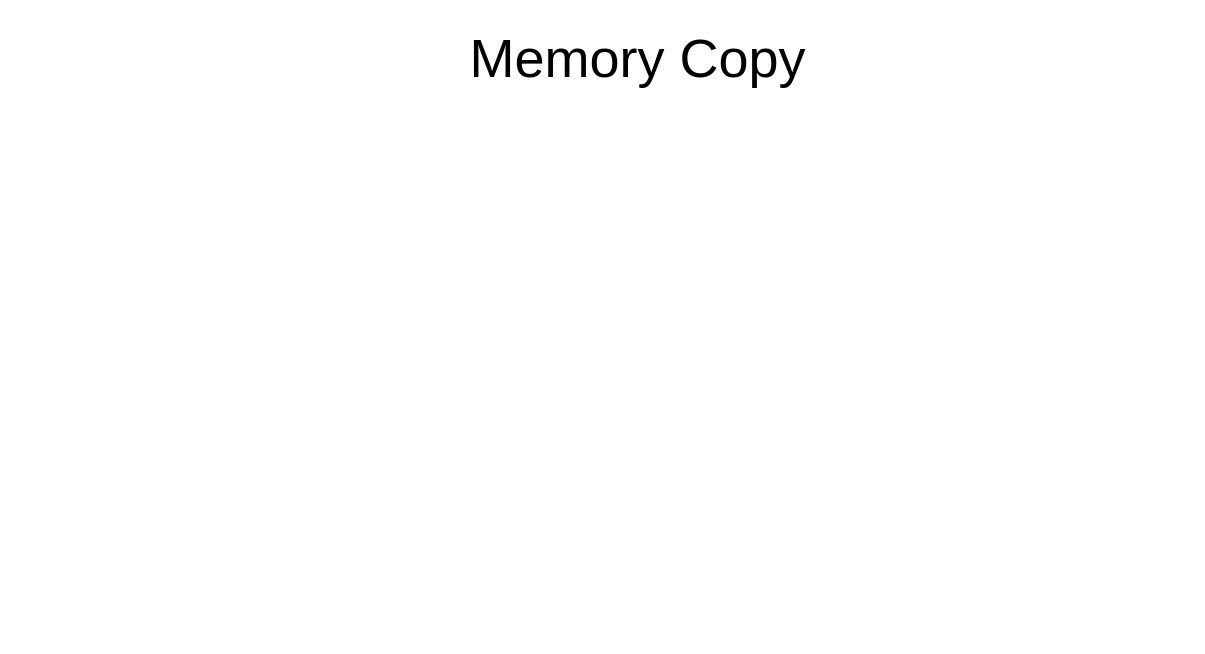
This is mid-report/motivation.memory-copy.drawio from xuyizhe1999/drawio, a draw.io file, before an edit. Source tidied: cells renumbered, new cells numbered last; positions are measured from the earlier drawing's top-left corner, leaving out a move shared by most shapes. Both pictures are drawn from the tidied source at 150%, with x=0, y=0 at pixel (398, 27).
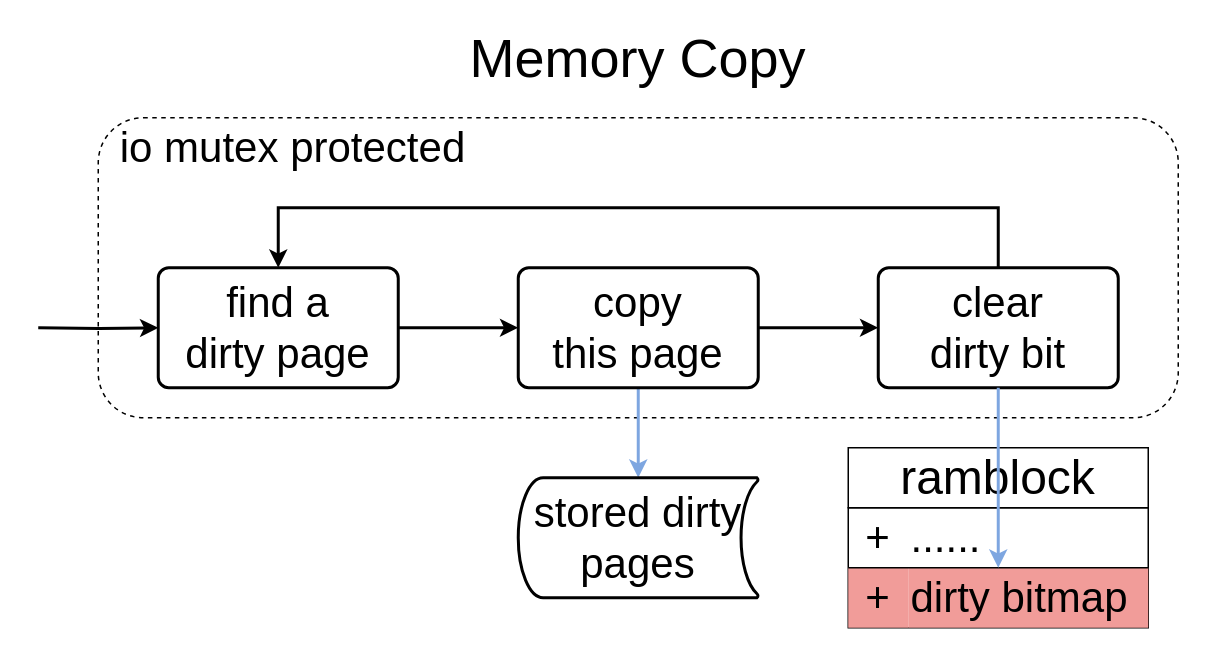
The same page after the edit.

The edit, as a diff of the source:
```diff
@@
+    <mxCell id="3" style="rounded=1;whiteSpace=wrap;html=1;fillColor=none;dashed=1;" parent="1" vertex="1">
+      <mxGeometry x="-200" y="60" width="720" height="200" as="geometry" />
+    </mxCell>
+    <mxCell id="4" value="&lt;font style=&quot;font-size: 28px;&quot;&gt;io mutex protected&lt;/font&gt;" style="text;html=1;strokeColor=none;fillColor=none;align=center;verticalAlign=middle;whiteSpace=wrap;rounded=0;" parent="1" vertex="1">
+      <mxGeometry x="-200" y="60" width="260" height="40" as="geometry" />
+    </mxCell>
+    <mxCell id="5" style="edgeStyle=orthogonalEdgeStyle;rounded=0;jettySize=auto;html=1;exitX=1;exitY=0.5;exitDx=0;exitDy=0;entryX=0;entryY=0.5;entryDx=0;entryDy=0;strokeWidth=2;" parent="1" edge="1" source="6" target="9">
+      <mxGeometry relative="1" as="geometry" />
+    </mxCell>
+    <mxCell id="6" value="&lt;font style=&quot;font-size: 28px;&quot;&gt;find a&lt;br style=&quot;border-color: var(--border-color);&quot;&gt;dirty page&lt;/font&gt;" style="rounded=1;whiteSpace=wrap;html=1;absoluteArcSize=1;arcSize=14;strokeWidth=2;" parent="1" vertex="1">
+      <mxGeometry x="-160" y="160" width="160" height="80" as="geometry" />
+    </mxCell>
+    <mxCell id="7" style="edgeStyle=orthogonalEdgeStyle;rounded=0;jettySize=auto;html=1;exitX=1;exitY=0.5;exitDx=0;exitDy=0;entryX=0;entryY=0.5;entryDx=0;entryDy=0;strokeWidth=2;" parent="1" edge="1" source="9" target="11">
+      <mxGeometry relative="1" as="geometry" />
+    </mxCell>
+    <mxCell id="8" style="edgeStyle=orthogonalEdgeStyle;rounded=0;jettySize=auto;html=1;exitX=0.5;exitY=1;exitDx=0;exitDy=0;entryX=0.5;entryY=0;entryDx=0;entryDy=0;entryPerimeter=0;strokeWidth=2;strokeColor=#7EA6E0;" parent="1" edge="1" source="9" target="13">
+      <mxGeometry relative="1" as="geometry" />
+    </mxCell>
+    <mxCell id="9" value="&lt;font style=&quot;font-size: 28px;&quot;&gt;copy&lt;br style=&quot;border-color: var(--border-color);&quot;&gt;this page&lt;/font&gt;" style="rounded=1;whiteSpace=wrap;html=1;absoluteArcSize=1;arcSize=14;strokeWidth=2;" parent="1" vertex="1">
+      <mxGeometry x="80" y="160" width="160" height="80" as="geometry" />
+    </mxCell>
+    <mxCell id="10" style="edgeStyle=orthogonalEdgeStyle;rounded=0;jettySize=auto;html=1;exitX=0.5;exitY=0;exitDx=0;exitDy=0;entryX=0.5;entryY=0;entryDx=0;entryDy=0;strokeWidth=2;" parent="1" edge="1" source="11" target="6">
+      <mxGeometry relative="1" as="geometry">
+        <Array as="points">
+          <mxPoint x="400" y="120" />
+          <mxPoint x="-80" y="120" />
+        </Array>
+      </mxGeometry>
+    </mxCell>
+    <mxCell id="11" value="&lt;span style=&quot;font-size: 28px;&quot;&gt;clear&lt;br&gt;dirty bit&lt;/span&gt;" style="rounded=1;whiteSpace=wrap;html=1;absoluteArcSize=1;arcSize=14;strokeWidth=2;" parent="1" vertex="1">
+      <mxGeometry x="320" y="160" width="160" height="80" as="geometry" />
+    </mxCell>
+    <mxCell id="12" style="edgeStyle=orthogonalEdgeStyle;rounded=0;jettySize=auto;html=1;exitX=1;exitY=0.5;exitDx=0;exitDy=0;entryX=0;entryY=0.5;entryDx=0;entryDy=0;strokeWidth=2;" parent="1" edge="1" target="6">
+      <mxGeometry relative="1" as="geometry">
+        <mxPoint x="-240" y="200" as="sourcePoint" />
+      </mxGeometry>
+    </mxCell>
+    <mxCell id="13" value="&lt;font style=&quot;font-size: 28px;&quot;&gt;stored dirty pages&lt;/font&gt;" style="strokeWidth=2;html=1;shape=mxgraph.flowchart.stored_data;whiteSpace=wrap;" parent="1" vertex="1">
+      <mxGeometry x="80" y="300" width="160" height="80" as="geometry" />
+    </mxCell>
+    <mxCell id="14" style="rounded=0;whiteSpace=wrap;html=1;align=left;" parent="1" vertex="1">
+      <mxGeometry x="300" y="320" width="200" height="80" as="geometry" />
+    </mxCell>
+    <mxCell id="15" value="&lt;font style=&quot;font-size: 32px;&quot;&gt;ramblock&lt;/font&gt;" style="rounded=0;whiteSpace=wrap;html=1;" parent="1" vertex="1">
+      <mxGeometry x="300" y="280" width="200" height="40" as="geometry" />
+    </mxCell>
+    <mxCell id="16" value="&lt;span style=&quot;background-color: initial;&quot;&gt;&lt;font style=&quot;font-size: 28px;&quot;&gt;dirty bitmap&lt;/font&gt;&lt;/span&gt;" style="text;html=1;strokeColor=none;fillColor=#F19C99;align=left;verticalAlign=middle;whiteSpace=wrap;rounded=0;" parent="1" vertex="1">
+      <mxGeometry x="340" y="360" width="160" height="40" as="geometry" />
+    </mxCell>
+    <mxCell id="17" value="&lt;font style=&quot;font-size: 28px;&quot;&gt;+&lt;/font&gt;" style="text;html=1;strokeColor=none;fillColor=#F19C99;align=center;verticalAlign=middle;whiteSpace=wrap;rounded=0;" parent="1" vertex="1">
+      <mxGeometry x="300" y="360" width="40" height="40" as="geometry" />
+    </mxCell>
+    <mxCell id="18" value="&lt;span style=&quot;background-color: initial;&quot;&gt;&lt;font style=&quot;font-size: 28px;&quot;&gt;......&lt;/font&gt;&lt;/span&gt;" style="text;html=1;strokeColor=none;fillColor=none;align=left;verticalAlign=middle;whiteSpace=wrap;rounded=0;" parent="1" vertex="1">
+      <mxGeometry x="340" y="320" width="160" height="40" as="geometry" />
+    </mxCell>
+    <mxCell id="19" value="&lt;font style=&quot;font-size: 28px;&quot;&gt;+&lt;/font&gt;" style="text;html=1;strokeColor=none;fillColor=none;align=center;verticalAlign=middle;whiteSpace=wrap;rounded=0;" parent="1" vertex="1">
+      <mxGeometry x="300" y="320" width="40" height="40" as="geometry" />
+    </mxCell>
+    <mxCell id="20" style="endArrow=none;html=1;rounded=0;entryX=1;entryY=1;entryDx=0;entryDy=0;exitX=0;exitY=1;exitDx=0;exitDy=0;" parent="1" edge="1" source="19" target="18">
+      <mxGeometry relative="1" as="geometry" />
+    </mxCell>
+    <mxCell id="21" style="edgeStyle=orthogonalEdgeStyle;rounded=0;jettySize=auto;html=1;exitX=0.5;exitY=1;exitDx=0;exitDy=0;strokeWidth=2;strokeColor=#7EA6E0;" parent="1" edge="1" source="11">
+      <mxGeometry relative="1" as="geometry">
+        <mxPoint x="400" y="360" as="targetPoint" />
+      </mxGeometry>
+    </mxCell>
```
